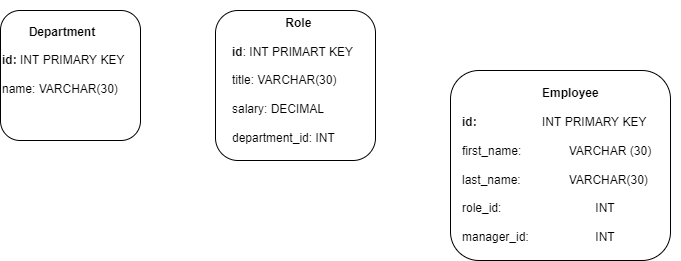
Earlier version of the draw.io export .drawio.png (byaylin/employee-tracker). Source tidied: cells renumbered, new cells last; positions are measured from the earlier drawing's top-left corner, leaving out a move shared by most shapes.
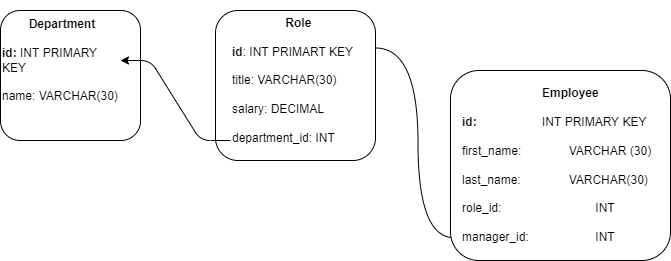
After the change.

Change to the diagram source:
```diff
@@ -6,11 +6,17 @@
       <mxGeometry y="10" width="140" height="130" as="geometry" />
     </mxCell>
     <mxCell id="3" value="&lt;b&gt;&lt;span style=&quot;white-space: pre;&quot;&gt;&#9;&lt;/span&gt;Department&lt;br&gt;&lt;br&gt;id:&lt;/b&gt; INT PRIMARY KEY&lt;br&gt;&lt;br&gt;name: VARCHAR(30)" style="text;strokeColor=none;align=left;fillColor=none;html=1;verticalAlign=middle;whiteSpace=wrap;rounded=0;" parent="1" vertex="1">
-      <mxGeometry width="145" height="120" as="geometry" />
+      <mxGeometry width="120" height="120" as="geometry" />
     </mxCell>
     <mxCell id="4" style="rounded=1;whiteSpace=wrap;html=1;" parent="1" vertex="1">
       <mxGeometry x="215" y="10" width="160" height="150" as="geometry" />
     </mxCell>
+    <mxCell id="8" style="edgeStyle=entityRelationEdgeStyle;html=1;exitX=0;exitY=1;exitDx=0;exitDy=0;" parent="1" edge="1" source="5" target="3">
+      <mxGeometry relative="1" as="geometry" />
+    </mxCell>
+    <mxCell id="9" style="edgeStyle=orthogonalEdgeStyle;curved=1;html=1;exitX=1;exitY=0.25;exitDx=0;exitDy=0;entryX=0;entryY=0.88;entryDx=0;entryDy=0;entryPerimeter=0;" parent="1" edge="1" source="4" target="7">
+      <mxGeometry relative="1" as="geometry" />
+    </mxCell>
     <mxCell id="5" value="&lt;span style=&quot;white-space: pre;&quot;&gt;&#9;&lt;/span&gt;&lt;b&gt;&lt;span style=&quot;white-space: pre;&quot;&gt;&#9;&lt;/span&gt;Role&lt;br&gt;&lt;br&gt;id&lt;/b&gt;: INT PRIMART KEY&lt;br&gt;&lt;br&gt;title: VARCHAR(30)&lt;br&gt;&lt;br&gt;salary: DECIMAL&lt;br&gt;&lt;br&gt;department_id: INT&amp;nbsp;" style="text;strokeColor=none;align=left;fillColor=none;html=1;verticalAlign=middle;whiteSpace=wrap;rounded=0;" parent="1" vertex="1">
       <mxGeometry x="230" y="20" width="130" height="120" as="geometry" />
     </mxCell>
@@ -18,7 +24,7 @@
       <mxGeometry x="450" y="70" width="220" height="190" as="geometry" />
     </mxCell>
     <mxCell id="7" value="&lt;b&gt;&lt;span style=&quot;white-space: pre;&quot;&gt;&#9;&lt;/span&gt;&lt;span style=&quot;white-space: pre;&quot;&gt;&#9;&lt;/span&gt;&lt;span style=&quot;white-space: pre;&quot;&gt;&#9;&lt;/span&gt;Employee&lt;/b&gt;&lt;br&gt;&lt;br&gt;&lt;b&gt;id:&amp;nbsp;&lt;/b&gt;&lt;span style=&quot;font-weight: bold; white-space: pre;&quot;&gt;&#9;&lt;/span&gt;&lt;span style=&quot;font-weight: bold; white-space: pre;&quot;&gt;&#9;&lt;/span&gt;&lt;span style=&quot;font-weight: bold; white-space: pre;&quot;&gt;&#9;&lt;/span&gt;INT PRIMARY KEY&lt;br&gt;&lt;br&gt;first_name:&amp;nbsp;&lt;span style=&quot;white-space: pre;&quot;&gt;&#9;&lt;/span&gt;&lt;span style=&quot;white-space: pre;&quot;&gt;&#9;&lt;/span&gt;VARCHAR (30)&lt;br&gt;&lt;br&gt;last_name:&amp;nbsp;&lt;span style=&quot;white-space: pre;&quot;&gt;&#9;&lt;/span&gt;&lt;span style=&quot;white-space: pre;&quot;&gt;&#9;&lt;/span&gt;VARCHAR(30)&lt;br&gt;&lt;br&gt;role_id:&amp;nbsp;&lt;span style=&quot;white-space: pre;&quot;&gt;&#9;&lt;/span&gt;&lt;span style=&quot;white-space: pre;&quot;&gt;&#9;&lt;/span&gt;&lt;span style=&quot;white-space: pre;&quot;&gt;&#9;&lt;/span&gt;&lt;span style=&quot;white-space: pre;&quot;&gt;&#9;&lt;/span&gt;INT&lt;br&gt;&lt;br&gt;manager_id:&amp;nbsp;&lt;span style=&quot;white-space: pre;&quot;&gt;&#9;&lt;/span&gt;&lt;span style=&quot;white-space: pre;&quot;&gt;&#9;&lt;/span&gt;&lt;span style=&quot;white-space: pre;&quot;&gt;&#9;&lt;/span&gt;INT&lt;br&gt;" style="text;strokeColor=none;align=left;fillColor=none;html=1;verticalAlign=middle;whiteSpace=wrap;rounded=0;" parent="1" vertex="1">
-      <mxGeometry x="460" y="70" width="220" height="190" as="geometry" />
+      <mxGeometry x="460" y="70" width="200" height="190" as="geometry" />
     </mxCell>
   </root>
 </mxGraphModel>
```
